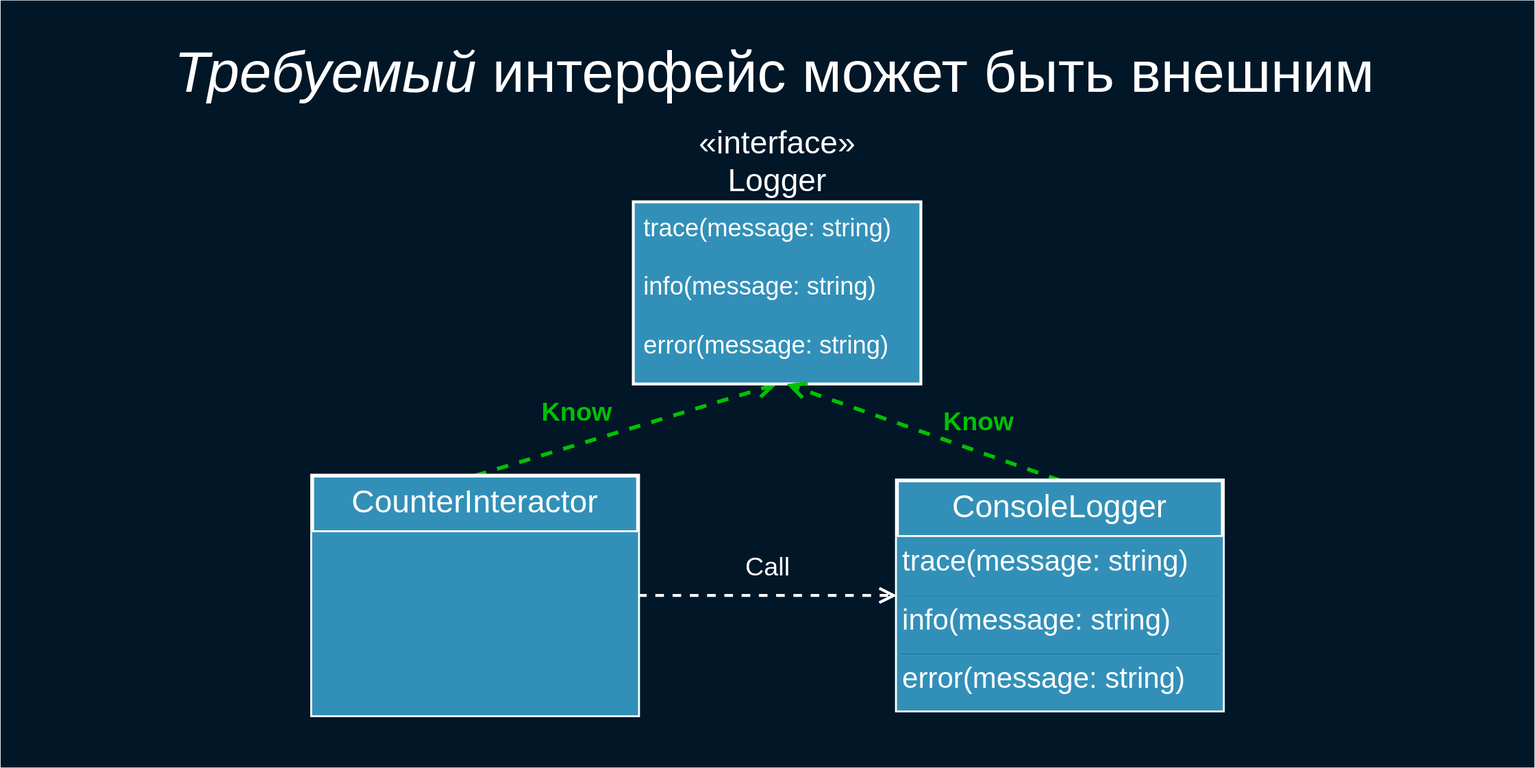
Before: deck/ru/diagrams/requiredInterface2.svg, a diagram exported from draw.io (softspiders/dip-in-ca-deck). Source tidied: cells renumbered, new cells last; positions are measured from the earlier drawing's top-left corner, leaving out a move shared by most shapes.
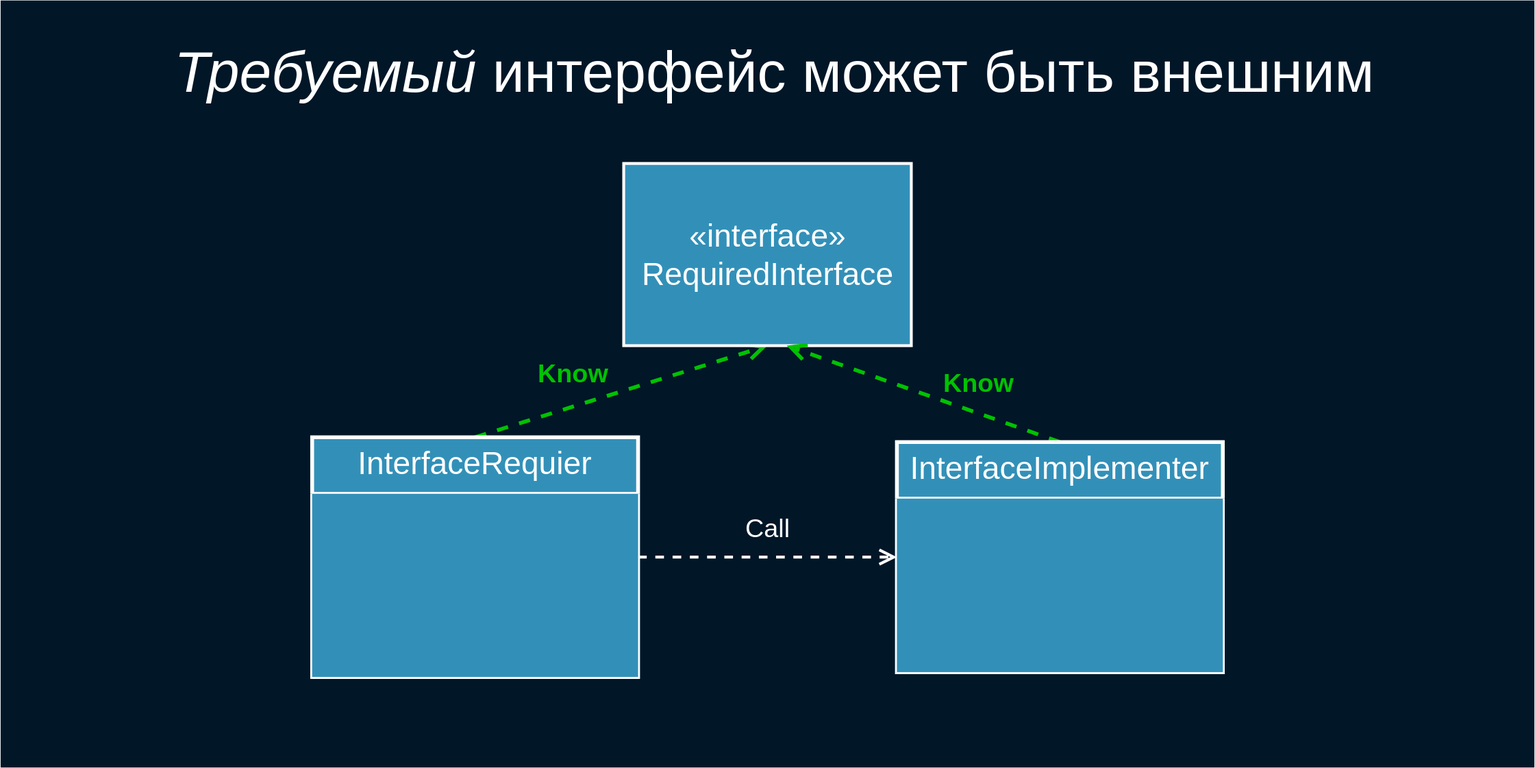
Later version of the same file.

Change to the diagram source:
```diff
@@ -14,40 +14,25 @@
     <mxCell id="5" value="Know" style="endArrow=open;endSize=12;dashed=1;html=1;labelBackgroundColor=none;strokeColor=#00C200;strokeWidth=4;fontSize=27;fontColor=#00C200;entryX=0.5;entryY=1;entryDx=0;entryDy=0;exitX=0.5;exitY=0;exitDx=0;exitDy=0;fontStyle=1;" parent="1" edge="1" source="11" target="6">
       <mxGeometry x="-0.27" y="32" relative="1" as="geometry" />
     </mxCell>
-    <mxCell id="6" value="«interface»&lt;br&gt;Logger" style="html=1;labelBackgroundColor=none;strokeColor=#FFFFFF;strokeWidth=3;fillColor=#3290B8;fontSize=33;fontColor=#FFFFFF;labelPosition=center;verticalLabelPosition=top;align=center;verticalAlign=bottom;" parent="1" vertex="1">
-      <mxGeometry x="660" y="210" width="300" height="190" as="geometry" />
+    <mxCell id="6" value="«interface»&lt;br&gt;RequiredInterface" style="html=1;labelBackgroundColor=none;strokeColor=#FFFFFF;strokeWidth=3;fillColor=#3290B8;fontSize=33;fontColor=#FFFFFF;labelPosition=center;verticalLabelPosition=middle;align=center;verticalAlign=middle;" parent="1" vertex="1">
+      <mxGeometry x="650" y="170" width="300" height="190" as="geometry" />
     </mxCell>
-    <mxCell id="7" value="trace(message: string)" style="text;strokeColor=none;fillColor=#3290B8;align=left;verticalAlign=top;spacingLeft=4;spacingRight=4;overflow=hidden;fontColor=#FFFFFF;fontSize=26;labelBackgroundColor=none;" parent="1" vertex="1">
-      <mxGeometry x="665" y="214.5" width="275" height="61" as="geometry" />
-    </mxCell>
-    <mxCell id="8" value="info(message: string)" style="text;strokeColor=none;fillColor=#3290B8;align=left;verticalAlign=top;spacingLeft=4;spacingRight=4;overflow=hidden;fontColor=#FFFFFF;fontSize=26;labelBackgroundColor=none;" parent="1" vertex="1">
-      <mxGeometry x="665" y="275.5" width="285" height="61" as="geometry" />
-    </mxCell>
-    <mxCell id="9" value="error(message: string)" style="text;strokeColor=none;fillColor=#3290B8;align=left;verticalAlign=top;spacingLeft=4;spacingRight=4;overflow=hidden;fontColor=#FFFFFF;fontSize=26;labelBackgroundColor=none;" parent="1" vertex="1">
-      <mxGeometry x="665" y="336.5" width="275" height="59" as="geometry" />
-    </mxCell>
     <mxCell id="10" value="Know" style="endArrow=open;endSize=12;dashed=1;html=1;labelBackgroundColor=none;strokeColor=#00C200;strokeWidth=4;fontSize=27;fontColor=#00C200;exitX=0.5;exitY=0;exitDx=0;exitDy=0;fontStyle=1;" parent="1" edge="1" source="13">
       <mxGeometry x="-0.34" y="-29" relative="1" as="geometry">
-        <mxPoint x="820" y="400" as="targetPoint" />
+        <mxPoint x="820" y="360" as="targetPoint" />
       </mxGeometry>
     </mxCell>
-    <mxCell id="11" value="CounterInteractor" style="swimlane;fontStyle=0;align=center;verticalAlign=top;horizontal=1;startSize=59;strokeColor=#FFFFFF;strokeWidth=4;fillColor=#3290B8;fontSize=33;fontColor=#FFFFFF;labelBackgroundColor=none;" parent="1" vertex="1">
-      <mxGeometry x="325" y="495.5" width="340" height="250" as="geometry" />
+    <mxCell id="11" value="InterfaceRequier" style="swimlane;fontStyle=0;align=center;verticalAlign=top;horizontal=1;startSize=59;strokeColor=#FFFFFF;strokeWidth=4;fillColor=#3290B8;fontSize=33;fontColor=#FFFFFF;labelBackgroundColor=none;" parent="1" vertex="1">
+      <mxGeometry x="325" y="455.5" width="340" height="250" as="geometry" />
     </mxCell>
     <mxCell id="12" style="text;strokeColor=none;fillColor=#3290B8;align=left;verticalAlign=top;spacingLeft=4;spacingRight=4;overflow=hidden;fontColor=#FFFFFF;fontSize=30;labelBackgroundColor=none;" parent="11" vertex="1">
       <mxGeometry y="59" width="340" height="191" as="geometry" />
     </mxCell>
-    <mxCell id="13" value="ConsoleLogger" style="swimlane;fontStyle=0;align=center;verticalAlign=top;horizontal=1;startSize=59;strokeColor=#FFFFFF;strokeWidth=4;fillColor=#3290B8;fontSize=33;fontColor=#FFFFFF;labelBackgroundColor=none;" parent="1" vertex="1">
-      <mxGeometry x="935" y="500.5" width="340" height="240" as="geometry" />
+    <mxCell id="13" value="InterfaceImplementer" style="swimlane;fontStyle=0;align=center;verticalAlign=top;horizontal=1;startSize=59;strokeColor=#FFFFFF;strokeWidth=4;fillColor=#3290B8;fontSize=33;fontColor=#FFFFFF;labelBackgroundColor=none;" parent="1" vertex="1">
+      <mxGeometry x="935" y="460.5" width="340" height="240" as="geometry" />
     </mxCell>
-    <mxCell id="14" value="trace(message: string)" style="text;strokeColor=none;fillColor=#3290B8;align=left;verticalAlign=top;spacingLeft=4;spacingRight=4;overflow=hidden;fontColor=#FFFFFF;fontSize=30;labelBackgroundColor=none;" parent="13" vertex="1">
-      <mxGeometry y="59" width="340" height="61" as="geometry" />
-    </mxCell>
-    <mxCell id="15" value="info(message: string)" style="text;strokeColor=none;fillColor=#3290B8;align=left;verticalAlign=top;spacingLeft=4;spacingRight=4;overflow=hidden;fontColor=#FFFFFF;fontSize=30;labelBackgroundColor=none;" parent="13" vertex="1">
-      <mxGeometry y="120" width="340" height="61" as="geometry" />
-    </mxCell>
-    <mxCell id="16" value="error(message: string)" style="text;strokeColor=none;fillColor=#3290B8;align=left;verticalAlign=top;spacingLeft=4;spacingRight=4;overflow=hidden;fontColor=#FFFFFF;fontSize=30;labelBackgroundColor=none;" parent="13" vertex="1">
-      <mxGeometry y="181" width="340" height="59" as="geometry" />
+    <mxCell id="16" style="text;strokeColor=none;fillColor=#3290B8;align=left;verticalAlign=top;spacingLeft=4;spacingRight=4;overflow=hidden;fontColor=#FFFFFF;fontSize=30;labelBackgroundColor=none;" parent="13" vertex="1">
+      <mxGeometry y="59" width="340" height="181" as="geometry" />
     </mxCell>
   </root>
 </mxGraphModel>
```
